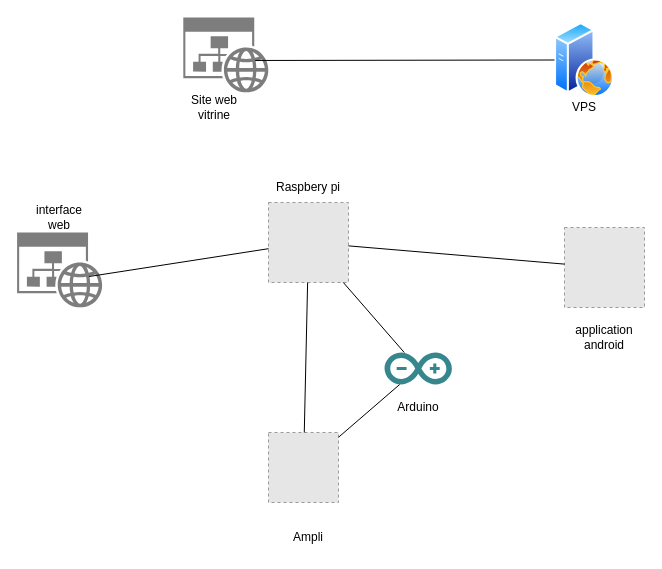
Earlier version of the draw.io diagram images/schéma d'architercture Ampconnect.drawio (simonNolf/AmpConnect). Source tidied: cells renumbered, new cells numbered last; positions are measured from the earlier drawing's top-left corner, leaving out a move shared by most shapes. Both pictures are drawn from the tidied source at 100%, with x=0, y=0 at pixel (17, 17). Pictures stored in the file or linked from it are replaced by grey dashed boxes.
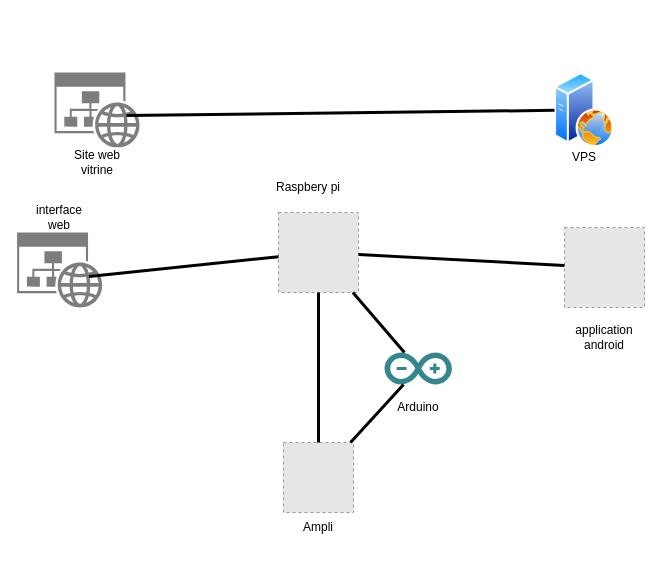
After the change.

Unchanged cells that the change refers to:
```xml
<mxCell id="9" style="dashed=0;outlineConnect=0;html=1;align=center;labelPosition=center;verticalLabelPosition=bottom;verticalAlign=top;shape=mxgraph.weblogos.arduino;fillColor=#36868D;strokeColor=none;" parent="1" vertex="1">
  <mxGeometry x="367" y="335" width="67.4" height="32" as="geometry" />
</mxCell>
<mxCell id="14" style="sketch=0;shadow=0;dashed=0;html=1;strokeColor=none;labelPosition=center;verticalLabelPosition=bottom;verticalAlign=top;align=center;shape=mxgraph.mscae.enterprise.website_generic;fillColor=#7D7D7D;" parent="1" vertex="1">
  <mxGeometry x="-0.4" y="215" width="85.2" height="75" as="geometry" />
</mxCell>
<mxCell id="17" style="fillColor=#E6E6E6;strokeColor=#999999;dashed=1;html=1;verticalAlign=top;verticalLabelPosition=bottom;labelBackgroundColor=#ffffff;" parent="1" vertex="1">
  <mxGeometry x="547" y="210" width="80" height="80" as="geometry" />
</mxCell>
```

What changed in the source:
```diff
@@
     <mxCell id="2" style="fillColor=#E6E6E6;strokeColor=#999999;dashed=1;html=1;verticalAlign=top;verticalLabelPosition=bottom;labelBackgroundColor=#ffffff;" parent="1" vertex="1">
-      <mxGeometry x="251" y="185" width="80" height="80" as="geometry" />
+      <mxGeometry x="261" y="195" width="80" height="80" as="geometry" />
     </mxCell>
@@
     <mxCell id="4" style="perimeter=ellipsePerimeter;html=1;align=center;shadow=0;dashed=0;spacingTop=3;image;image=img/lib/active_directory/web_server.svg;" parent="1" vertex="1">
-      <mxGeometry x="537" y="5" width="60" height="75" as="geometry" />
+      <mxGeometry x="537" y="55" width="60" height="75" as="geometry" />
     </mxCell>
     <mxCell id="5" value="Site web vitrine" style="text;html=1;strokeColor=none;fillColor=none;align=center;verticalAlign=middle;whiteSpace=wrap;rounded=0;" parent="1" vertex="1">
-      <mxGeometry x="167" y="75" width="60" height="30" as="geometry" />
+      <mxGeometry x="49.6" y="130" width="60" height="30" as="geometry" />
     </mxCell>
     <mxCell id="6" value="VPS" style="text;html=1;strokeColor=none;fillColor=none;align=center;verticalAlign=middle;whiteSpace=wrap;rounded=0;" parent="1" vertex="1">
-      <mxGeometry x="537" y="75" width="60" height="30" as="geometry" />
+      <mxGeometry x="537" y="125" width="60" height="30" as="geometry" />
     </mxCell>
     <mxCell id="7" style="sketch=0;shadow=0;dashed=0;html=1;strokeColor=none;labelPosition=center;verticalLabelPosition=bottom;verticalAlign=top;align=center;shape=mxgraph.mscae.enterprise.website_generic;fillColor=#7D7D7D;" parent="1" vertex="1">
-      <mxGeometry x="165.8" width="85.2" height="75" as="geometry" />
+      <mxGeometry x="37" y="55" width="85.2" height="75" as="geometry" />
     </mxCell>
-    <mxCell id="8" style="endArrow=none;html=1;rounded=0;exitX=0.845;exitY=0.573;exitDx=0;exitDy=0;exitPerimeter=0;" parent="1" edge="1" source="7" target="4">
+    <mxCell id="8" style="endArrow=none;html=1;rounded=0;exitX=0.845;exitY=0.573;exitDx=0;exitDy=0;exitPerimeter=0;strokeWidth=3;" parent="1" edge="1" source="7" target="4">
       <mxGeometry relative="1" as="geometry" />
     </mxCell>
@@
     <mxCell id="10" style="fillColor=#E6E6E6;strokeColor=#999999;dashed=1;html=1;verticalAlign=top;verticalLabelPosition=bottom;labelBackgroundColor=#ffffff;" parent="1" vertex="1">
-      <mxGeometry x="251" y="415" width="70" height="70" as="geometry" />
+      <mxGeometry x="266" y="425" width="70" height="70" as="geometry" />
     </mxCell>
-    <mxCell id="11" style="endArrow=none;html=1;rounded=0;" parent="1" edge="1" source="9" target="2">
+    <mxCell id="11" style="endArrow=none;html=1;rounded=0;strokeWidth=3;" parent="1" edge="1" source="9" target="2">
       <mxGeometry relative="1" as="geometry" />
     </mxCell>
-    <mxCell id="12" style="endArrow=none;html=1;rounded=0;" parent="1" edge="1" source="10" target="9">
+    <mxCell id="12" style="endArrow=none;html=1;rounded=0;strokeWidth=3;" parent="1" edge="1" source="10" target="9">
       <mxGeometry relative="1" as="geometry" />
     </mxCell>
-    <mxCell id="13" style="endArrow=none;html=1;rounded=0;" parent="1" edge="1" source="10" target="2">
+    <mxCell id="13" style="endArrow=none;html=1;rounded=0;strokeWidth=3;" parent="1" edge="1" source="10" target="2">
       <mxGeometry relative="1" as="geometry" />
     </mxCell>
@@
-    <mxCell id="16" style="endArrow=none;html=1;rounded=0;entryX=0.845;entryY=0.587;entryDx=0;entryDy=0;entryPerimeter=0;" parent="1" edge="1" source="2" target="14">
+    <mxCell id="16" style="endArrow=none;html=1;rounded=0;entryX=0.845;entryY=0.587;entryDx=0;entryDy=0;entryPerimeter=0;strokeWidth=3;" parent="1" edge="1" source="2" target="14">
       <mxGeometry relative="1" as="geometry" />
     </mxCell>
@@
-    <mxCell id="19" style="endArrow=none;html=1;rounded=0;" parent="1" edge="1" source="2" target="17">
+    <mxCell id="19" style="endArrow=none;html=1;rounded=0;strokeWidth=3;" parent="1" edge="1" source="2" target="17">
       <mxGeometry relative="1" as="geometry" />
     </mxCell>
@@
     <mxCell id="21" value="Ampli" style="text;html=1;strokeColor=none;fillColor=none;align=center;verticalAlign=middle;whiteSpace=wrap;rounded=0;" parent="1" vertex="1">
-      <mxGeometry x="261" y="505" width="60" height="30" as="geometry" />
+      <mxGeometry x="271" y="495" width="60" height="30" as="geometry" />
     </mxCell>
```
